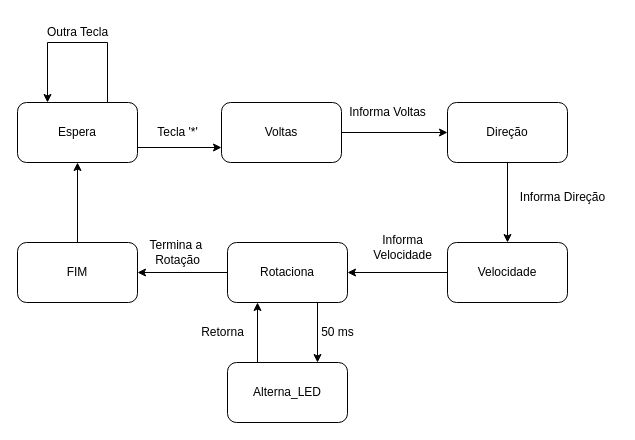
This is LAB3/lab3.drawio from mateusmarodim/sistemas-microcontrolados, a draw.io file, before an edit. Source tidied: cells renumbered, new cells numbered last; positions are measured from the earlier drawing's top-left corner, leaving out a move shared by most shapes. Both pictures are drawn from the tidied source at 100%, with x=0, y=0 at pixel (17, 17).
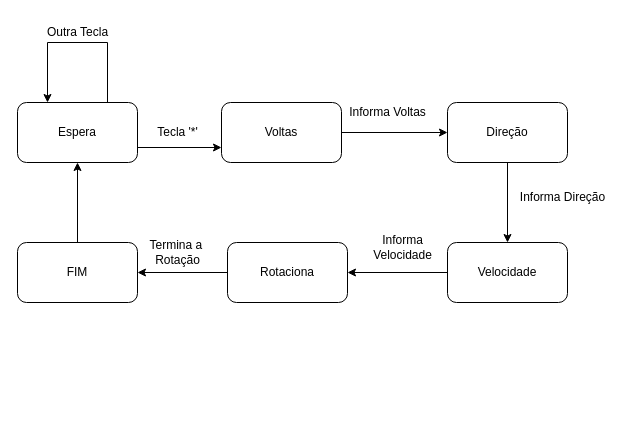
Above is the later version.

The change refers to these unchanged cells:
```xml
<mxCell id="12" value="Rotaciona" style="rounded=1;whiteSpace=wrap;html=1;" parent="1" vertex="1">
  <mxGeometry x="210" y="225" width="120" height="60" as="geometry" />
</mxCell>
```

Diff of the diagram source:
```diff
@@
-    <mxCell id="10" style="edgeStyle=orthogonalEdgeStyle;rounded=0;jettySize=auto;html=1;exitX=0.75;exitY=1;exitDx=0;exitDy=0;entryX=0.75;entryY=0;entryDx=0;entryDy=0;" parent="1" edge="1" source="12" target="22">
-      <mxGeometry relative="1" as="geometry" />
-    </mxCell>
@@
-    <mxCell id="21" style="edgeStyle=orthogonalEdgeStyle;rounded=0;jettySize=auto;html=1;exitX=0.25;exitY=0;exitDx=0;exitDy=0;entryX=0.25;entryY=1;entryDx=0;entryDy=0;" parent="1" edge="1" source="22" target="12">
-      <mxGeometry relative="1" as="geometry" />
-    </mxCell>
-    <mxCell id="22" value="Alterna_LED" style="rounded=1;whiteSpace=wrap;html=1;" parent="1" vertex="1">
-      <mxGeometry x="210" y="345" width="120" height="60" as="geometry" />
-    </mxCell>
-    <mxCell id="23" value="50 ms" style="text;html=1;align=center;verticalAlign=middle;strokeColor=none;fillColor=none;" parent="1" vertex="1">
-      <mxGeometry x="290" y="300" width="60" height="30" as="geometry" />
-    </mxCell>
-    <mxCell id="24" value="Retorna" style="text;html=1;align=center;verticalAlign=middle;strokeColor=none;fillColor=none;" parent="1" vertex="1">
-      <mxGeometry x="170" y="300" width="70" height="30" as="geometry" />
-    </mxCell>
```
